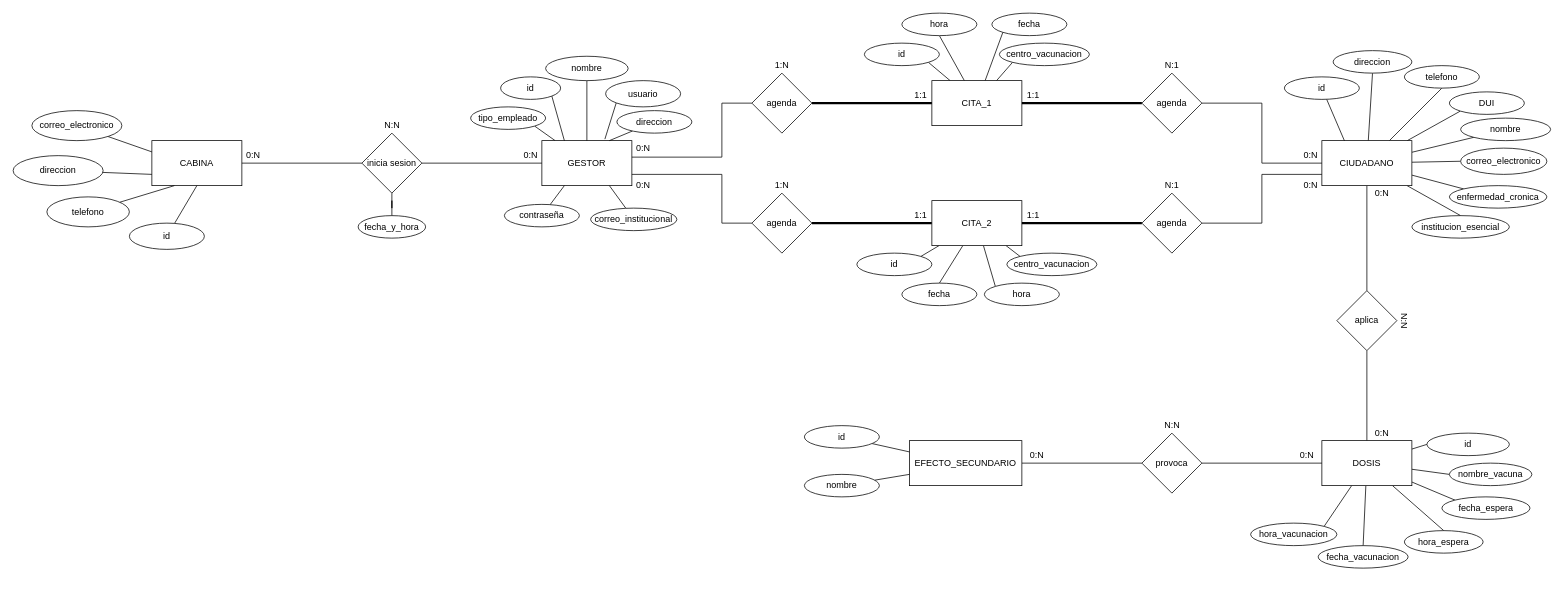
Above: Bases de datos/Diagrama ER.drawio in UCASV/proyecto-final-grupo-41 (draw.io), before the change. Source tidied: cells renumbered, new cells numbered last; positions are measured from the earlier drawing's top-left corner, leaving out a move shared by most shapes. Both pictures are drawn from the tidied source at 75%, with x=0, y=0 at pixel (13, 13).
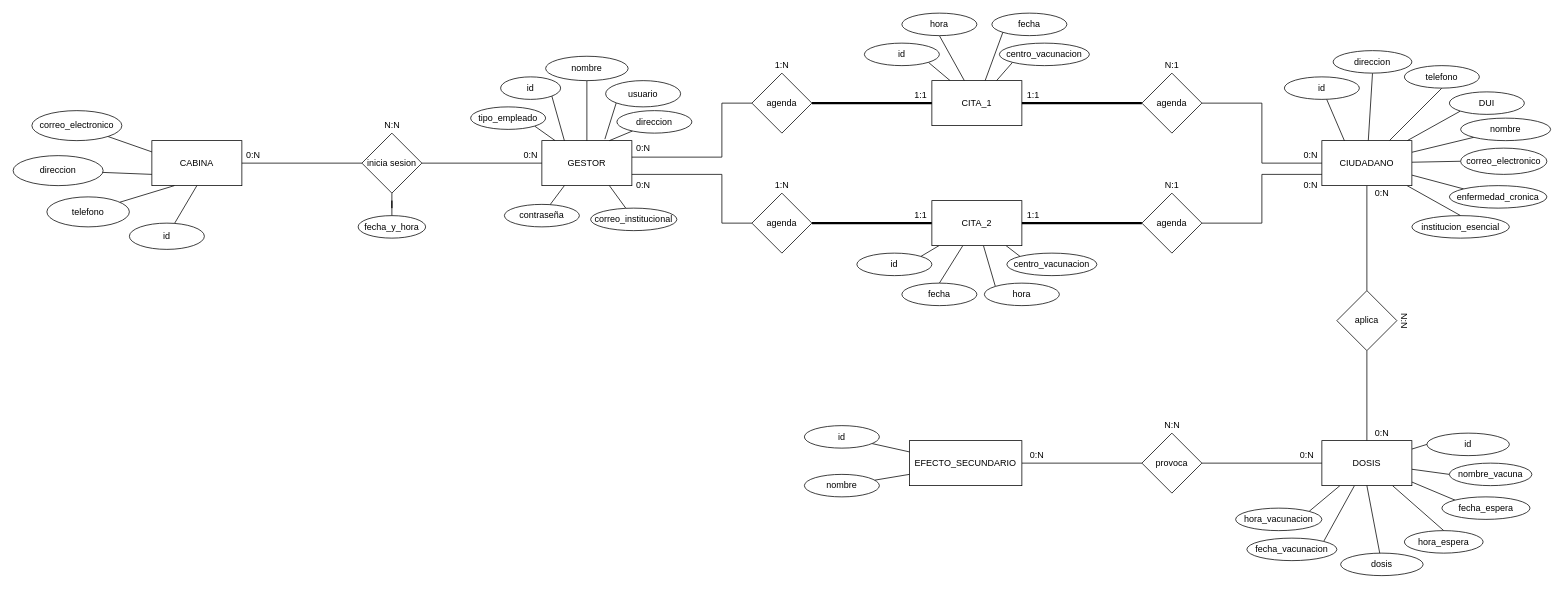
The same page after the edit.

Unchanged cells that the change refers to:
```xml
<mxCell id="82" value="DOSIS" style="rounded=0;whiteSpace=wrap;html=1;" parent="1" vertex="1">
  <mxGeometry x="1745" y="570" width="120" height="60" as="geometry" />
</mxCell>
```

What changed in the source:
```diff
@@
-    <mxCell id="80" style="edgeStyle=none;rounded=0;jettySize=auto;html=1;entryX=0.5;entryY=0;entryDx=0;entryDy=0;endArrow=none;endFill=0;" parent="1" edge="1" source="82" target="84">
+    <mxCell id="80" style="edgeStyle=none;rounded=0;jettySize=auto;html=1;endArrow=none;endFill=0;entryX=1;entryY=0;entryDx=0;entryDy=0;" parent="1" edge="1" source="82" target="84">
       <mxGeometry relative="1" as="geometry" />
     </mxCell>
@@
     <mxCell id="84" value="fecha_vacunacion" style="ellipse;whiteSpace=wrap;html=1;" parent="1" vertex="1">
-      <mxGeometry x="1740" y="710" width="120" height="30" as="geometry" />
+      <mxGeometry x="1645" y="700" width="120" height="30" as="geometry" />
     </mxCell>
@@
     <mxCell id="121" value="hora_vacunacion" style="ellipse;whiteSpace=wrap;html=1;" parent="1" vertex="1">
-      <mxGeometry x="1650" y="680" width="115" height="30" as="geometry" />
+      <mxGeometry x="1630" y="660" width="115" height="30" as="geometry" />
     </mxCell>
@@
+    <mxCell id="126" style="rounded=0;jettySize=auto;html=1;entryX=0.5;entryY=1;entryDx=0;entryDy=0;endArrow=none;endFill=0;" parent="1" edge="1" source="127" target="82">
+      <mxGeometry relative="1" as="geometry" />
+    </mxCell>
+    <mxCell id="127" value="dosis" style="ellipse;whiteSpace=wrap;html=1;" parent="1" vertex="1">
+      <mxGeometry x="1770" y="720" width="110" height="30" as="geometry" />
+    </mxCell>
```
